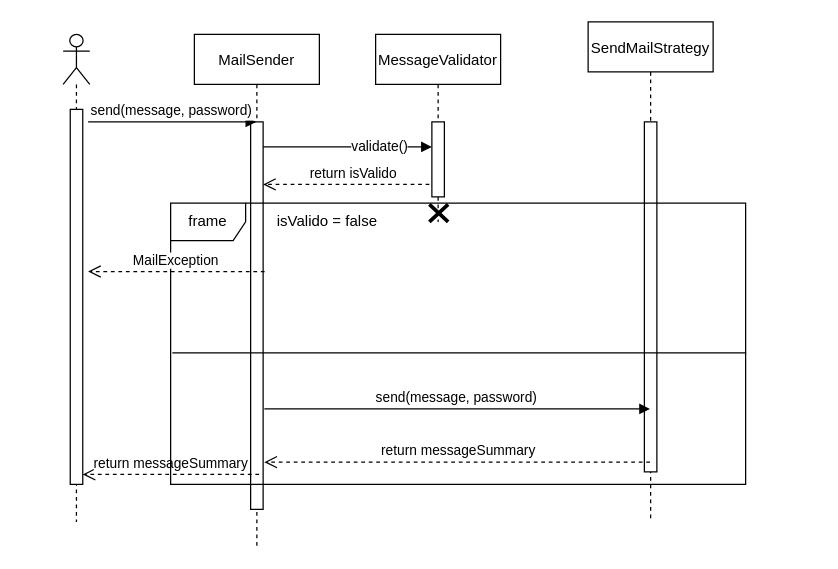
Before: page "Sequence" (2 of 2) of docs/diagrams/UC1.drawio in SilverFlin/MailSender, a draw.io diagram. Source tidied: cells renumbered, new cells numbered last; positions are measured from the earlier drawing's top-left corner, leaving out a move shared by most shapes. Both pictures are drawn from the tidied source at 125%, with x=0, y=0 at pixel (62, 21).
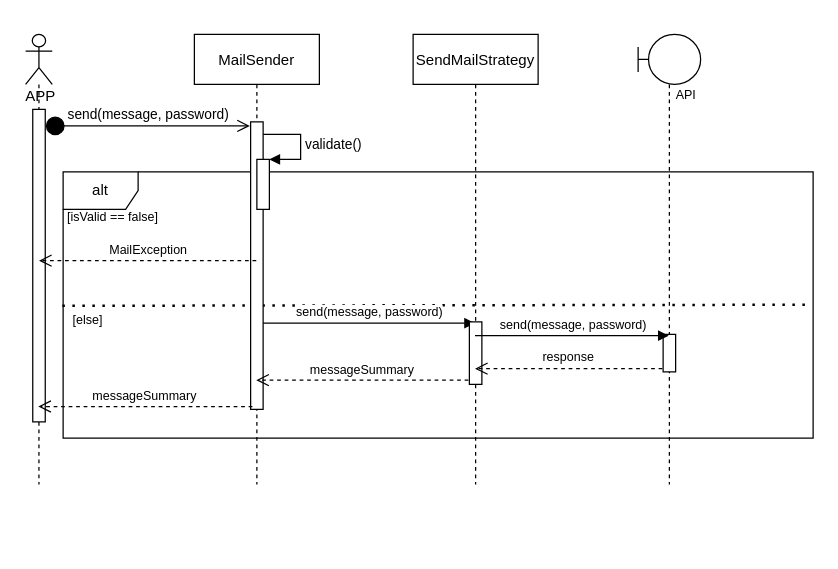
After the change.

What changed in the source:
```diff
@@
+    <mxCell id="22" style="group;" parent="1" vertex="1">
+      <mxGeometry y="120" width="600" height="213" as="geometry" />
+    </mxCell>
+    <mxCell id="23" value="alt" style="shape=umlFrame;whiteSpace=wrap;html=1;" parent="22" vertex="1">
+      <mxGeometry width="600" height="213" as="geometry" />
+    </mxCell>
+    <mxCell id="24" value="&lt;font style=&quot;font-size: 10px;&quot;&gt;[else]&lt;/font&gt;" style="text;html=1;strokeColor=none;fillColor=none;align=center;verticalAlign=middle;whiteSpace=wrap;rounded=0;" parent="22" vertex="1">
+      <mxGeometry y="106.5" width="40" height="23.5" as="geometry" />
+    </mxCell>
+    <mxCell id="25" style="endArrow=none;dashed=1;html=1;dashPattern=1 3;strokeWidth=2;rounded=0;exitX=-0.001;exitY=0.503;exitDx=0;exitDy=0;exitPerimeter=0;entryX=0.999;entryY=0.499;entryDx=0;entryDy=0;entryPerimeter=0;" parent="22" edge="1" source="23" target="23">
+      <mxGeometry relative="1" as="geometry" />
+    </mxCell>
+    <mxCell id="26" value="&lt;font style=&quot;font-size: 10px;&quot;&gt;[isValid == false]&lt;/font&gt;" style="text;html=1;strokeColor=none;fillColor=none;align=center;verticalAlign=middle;whiteSpace=wrap;rounded=0;" parent="22" vertex="1">
+      <mxGeometry y="20" width="80" height="31.9" as="geometry" />
+    </mxCell>
     <mxCell id="2" value="MailSender" style="shape=umlLifeline;perimeter=lifelinePerimeter;rounded=0;shadow=0;strokeWidth=1;" parent="1" vertex="1">
-      <mxGeometry x="105" y="10" width="100" height="410" as="geometry" />
+      <mxGeometry x="105" y="10" width="100" height="360" as="geometry" />
     </mxCell>
     <mxCell id="3" style="points=[];perimeter=orthogonalPerimeter;rounded=0;shadow=0;strokeWidth=1;" parent="2" vertex="1">
-      <mxGeometry x="45" y="70" width="10" height="310" as="geometry" />
+      <mxGeometry x="45" y="70" width="10" height="230" as="geometry" />
     </mxCell>
-    <mxCell id="4" value="return isValido" style="html=1;verticalAlign=bottom;endArrow=open;dashed=1;endSize=8;rounded=0;" parent="2" edge="1">
-      <mxGeometry relative="1" as="geometry">
-        <mxPoint x="200" y="120" as="sourcePoint" />
-        <mxPoint x="55" y="120" as="targetPoint" />
-      </mxGeometry>
-    </mxCell>
+    <mxCell id="27" style="html=1;points=[];perimeter=orthogonalPerimeter;" parent="2" vertex="1">
+      <mxGeometry x="50" y="100" width="10" height="40" as="geometry" />
+    </mxCell>
+    <mxCell id="20" value="validate()" style="edgeStyle=orthogonalEdgeStyle;html=1;align=left;spacingLeft=2;endArrow=block;rounded=0;entryX=1;entryY=0;" parent="2" edge="1" target="27">
+      <mxGeometry relative="1" as="geometry">
+        <mxPoint x="55" y="80" as="sourcePoint" />
+        <Array as="points">
+          <mxPoint x="85" y="80" />
+        </Array>
+      </mxGeometry>
+    </mxCell>
+    <mxCell id="28" value="send(message, password)" style="html=1;verticalAlign=bottom;endArrow=block;rounded=0;fontSize=10;" parent="2" edge="1">
+      <mxGeometry relative="1" as="geometry">
+        <mxPoint x="55" y="231" as="sourcePoint" />
+        <mxPoint x="224.5" y="231" as="targetPoint" />
+        <Array as="points">
+          <mxPoint x="145" y="231" />
+        </Array>
+      </mxGeometry>
+    </mxCell>
     <mxCell id="5" value="SendMailStrategy" style="shape=umlLifeline;perimeter=lifelinePerimeter;rounded=0;shadow=0;strokeWidth=1;" parent="1" vertex="1">
-      <mxGeometry x="420" width="100" height="400" as="geometry" />
+      <mxGeometry x="280" y="10" width="100" height="360" as="geometry" />
     </mxCell>
     <mxCell id="6" style="points=[];perimeter=orthogonalPerimeter;rounded=0;shadow=0;strokeWidth=1;" parent="5" vertex="1">
-      <mxGeometry x="45" y="80" width="10" height="280" as="geometry" />
+      <mxGeometry x="45" y="230" width="10" height="50" as="geometry" />
     </mxCell>
-    <mxCell id="7" style="shape=umlLifeline;participant=umlActor;perimeter=lifelinePerimeter;whiteSpace=wrap;html=1;verticalAlign=top;spacingTop=36;outlineConnect=0;" parent="1" vertex="1">
-      <mxGeometry y="10" width="21.3" height="390" as="geometry" />
+    <mxCell id="7" value="&amp;nbsp;APP" style="shape=umlLifeline;participant=umlActor;perimeter=lifelinePerimeter;whiteSpace=wrap;html=1;verticalAlign=top;spacingTop=36;outlineConnect=0;" parent="1" vertex="1">
+      <mxGeometry x="-30" y="10" width="21.3" height="360" as="geometry" />
     </mxCell>
     <mxCell id="8" style="points=[];perimeter=orthogonalPerimeter;rounded=0;shadow=0;strokeWidth=1;" parent="7" vertex="1">
-      <mxGeometry x="5.7" y="60" width="10" height="300" as="geometry" />
+      <mxGeometry x="5.7" y="60" width="10" height="250" as="geometry" />
     </mxCell>
-    <mxCell id="9" value="MessageValidator" style="shape=umlLifeline;perimeter=lifelinePerimeter;rounded=0;shadow=0;strokeWidth=1;" parent="1" vertex="1">
-      <mxGeometry x="250" y="10" width="100" height="150" as="geometry" />
-    </mxCell>
-    <mxCell id="10" style="points=[];perimeter=orthogonalPerimeter;rounded=0;shadow=0;strokeWidth=1;" parent="9" vertex="1">
-      <mxGeometry x="45" y="70" width="10" height="60" as="geometry" />
-    </mxCell>
-    <mxCell id="11" style="shape=umlDestroy;whiteSpace=wrap;html=1;strokeWidth=3;strokeColor=default;" parent="9" vertex="1">
-      <mxGeometry x="43" y="136" width="15" height="14" as="geometry" />
-    </mxCell>
-    <mxCell id="12" value="return messageSummary" style="html=1;verticalAlign=bottom;endArrow=open;dashed=1;endSize=8;rounded=0;" parent="1" edge="1" target="8">
-      <mxGeometry relative="1" as="geometry">
-        <mxPoint x="156.8" y="362" as="sourcePoint" />
-      </mxGeometry>
-    </mxCell>
-    <mxCell id="13" style="group;" parent="1" vertex="1">
-      <mxGeometry x="86" y="145" width="460" height="225" as="geometry" />
-    </mxCell>
-    <mxCell id="14" value="frame" style="shape=umlFrame;whiteSpace=wrap;html=1;" parent="13" vertex="1">
-      <mxGeometry width="460" height="225" as="geometry" />
-    </mxCell>
-    <mxCell id="15" value="isValido = false" style="text;html=1;align=center;verticalAlign=middle;strokeColor=none;fillColor=none;" parent="13" vertex="1">
-      <mxGeometry x="75" width="100" height="30" as="geometry" />
-    </mxCell>
-    <mxCell id="16" style="endArrow=none;html=1;rounded=0;exitX=0.003;exitY=0.532;exitDx=0;exitDy=0;exitPerimeter=0;entryX=1.001;entryY=0.532;entryDx=0;entryDy=0;entryPerimeter=0;" parent="13" edge="1" source="14" target="14">
-      <mxGeometry relative="1" as="geometry" />
-    </mxCell>
-    <mxCell id="17" value="send(message, password)" style="verticalAlign=bottom;endArrow=block;shadow=0;strokeWidth=1;" parent="13" edge="1" target="5">
-      <mxGeometry relative="1" as="geometry">
-        <mxPoint x="75" y="164.6" as="sourcePoint" />
-      </mxGeometry>
-    </mxCell>
-    <mxCell id="18" value="return messageSummary" style="html=1;verticalAlign=bottom;endArrow=open;dashed=1;endSize=8;rounded=0;" parent="13" edge="1" source="5">
-      <mxGeometry relative="1" as="geometry">
-        <mxPoint x="75" y="207.2" as="targetPoint" />
-      </mxGeometry>
-    </mxCell>
-    <mxCell id="19" value="send(message, password)" style="verticalAlign=bottom;endArrow=block;shadow=0;strokeWidth=1;" parent="1" edge="1" target="2">
-      <mxGeometry relative="1" as="geometry">
-        <mxPoint x="20" y="80" as="sourcePoint" />
-      </mxGeometry>
-    </mxCell>
-    <mxCell id="20" value="validate()" style="edgeStyle=orthogonalEdgeStyle;html=1;align=left;spacingLeft=2;endArrow=none;rounded=0;startArrow=block;startFill=1;endFill=0;" parent="1" edge="1" source="10" target="3">
-      <mxGeometry relative="1" as="geometry">
-        <Array as="points">
-          <mxPoint x="210" y="100" />
-          <mxPoint x="210" y="100" />
-        </Array>
-      </mxGeometry>
-    </mxCell>
+    <mxCell id="29" value="send(message, password)" style="html=1;verticalAlign=bottom;startArrow=circle;startFill=1;endArrow=open;startSize=6;endSize=8;rounded=0;entryX=-0.06;entryY=0.014;entryDx=0;entryDy=0;entryPerimeter=0;" parent="1" edge="1" source="8" target="3">
+      <mxGeometry relative="1" as="geometry" />
+    </mxCell>
-    <mxCell id="21" value="MailException" style="html=1;verticalAlign=bottom;endArrow=open;dashed=1;endSize=8;rounded=0;" parent="1" edge="1">
+    <mxCell id="21" value="MailException" style="html=1;verticalAlign=bottom;endArrow=open;dashed=1;endSize=8;rounded=0;fontSize=10;" parent="1" edge="1">
       <mxGeometry relative="1" as="geometry">
-        <mxPoint x="161.2" y="199.7" as="sourcePoint" />
-        <mxPoint x="20" y="199.7" as="targetPoint" />
+        <mxPoint x="154.5" y="191" as="sourcePoint" />
+        <mxPoint x="-19.3" y="191" as="targetPoint" />
       </mxGeometry>
     </mxCell>
+    <mxCell id="30" value="&amp;nbsp; &amp;nbsp; &amp;nbsp; &amp;nbsp; &amp;nbsp; API" style="shape=umlLifeline;participant=umlBoundary;perimeter=lifelinePerimeter;whiteSpace=wrap;html=1;verticalAlign=top;spacingTop=36;outlineConnect=0;fontSize=10;" parent="1" vertex="1">
+      <mxGeometry x="460" y="10" width="50" height="360" as="geometry" />
+    </mxCell>
+    <mxCell id="31" style="points=[];perimeter=orthogonalPerimeter;rounded=0;shadow=0;strokeWidth=1;" parent="30" vertex="1">
+      <mxGeometry x="20" y="240" width="10" height="30" as="geometry" />
+    </mxCell>
+    <mxCell id="32" value="send(message, password)" style="html=1;verticalAlign=bottom;endArrow=block;rounded=0;fontSize=10;" parent="1" edge="1" source="5" target="30">
+      <mxGeometry relative="1" as="geometry">
+        <Array as="points">
+          <mxPoint x="410" y="251" />
+        </Array>
+      </mxGeometry>
+    </mxCell>
+    <mxCell id="33" value="response" style="html=1;verticalAlign=bottom;endArrow=open;dashed=1;endSize=8;rounded=0;fontSize=10;exitX=-0.06;exitY=0.915;exitDx=0;exitDy=0;exitPerimeter=0;" parent="1" edge="1" source="31" target="5">
+      <mxGeometry relative="1" as="geometry" />
+    </mxCell>
+    <mxCell id="34" value="messageSummary" style="html=1;verticalAlign=bottom;endArrow=open;dashed=1;endSize=8;rounded=0;fontSize=10;exitX=-0.08;exitY=0.932;exitDx=0;exitDy=0;exitPerimeter=0;" parent="1" edge="1" source="6" target="2">
+      <mxGeometry relative="1" as="geometry" />
+    </mxCell>
+    <mxCell id="35" value="messageSummary" style="html=1;verticalAlign=bottom;endArrow=open;dashed=1;endSize=8;rounded=0;fontSize=10;exitX=0.14;exitY=0.99;exitDx=0;exitDy=0;exitPerimeter=0;" parent="1" edge="1" source="3" target="7">
+      <mxGeometry relative="1" as="geometry" />
+    </mxCell>
```
